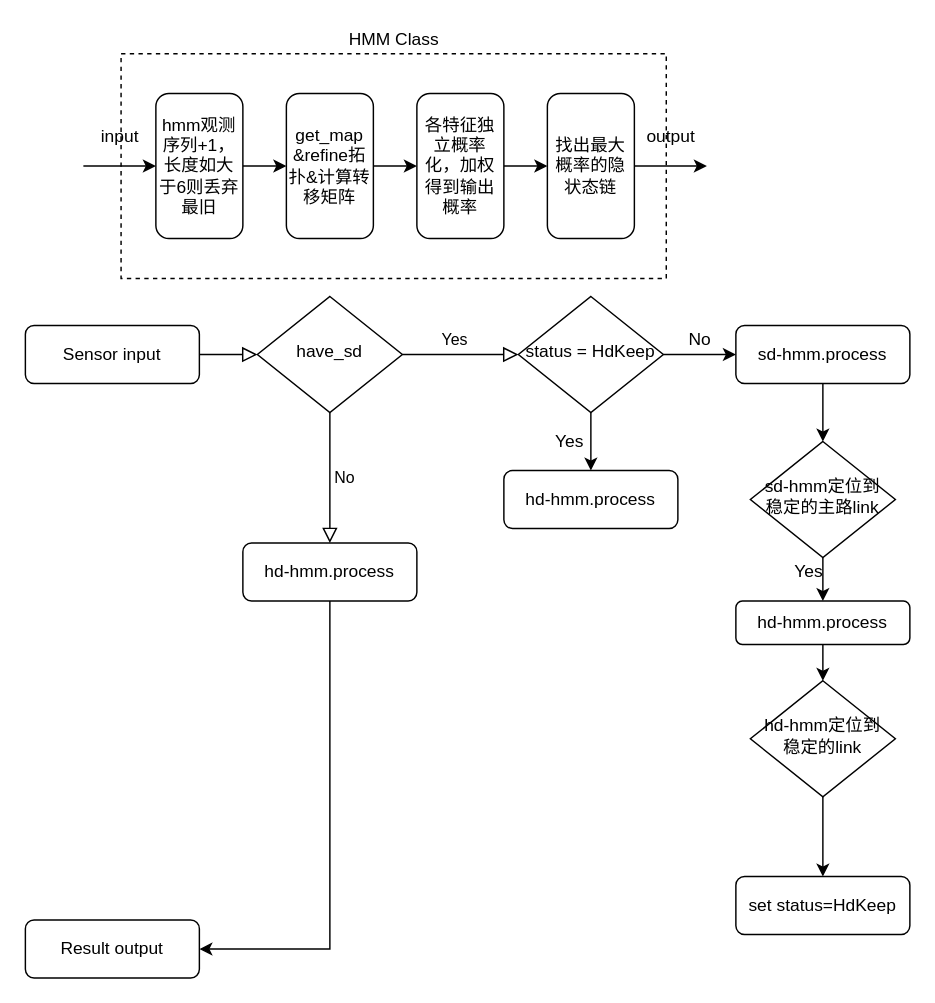
Before: Untitled Diagram.drawio in xhzhuhit/Trajectory_Compression_Algorithms, a draw.io diagram. Source tidied: cells renumbered, new cells numbered last; positions are measured from the earlier drawing's top-left corner, leaving out a move shared by most shapes. Both pictures are drawn from the tidied source at 145%, with x=0, y=0 at pixel (25, 23).
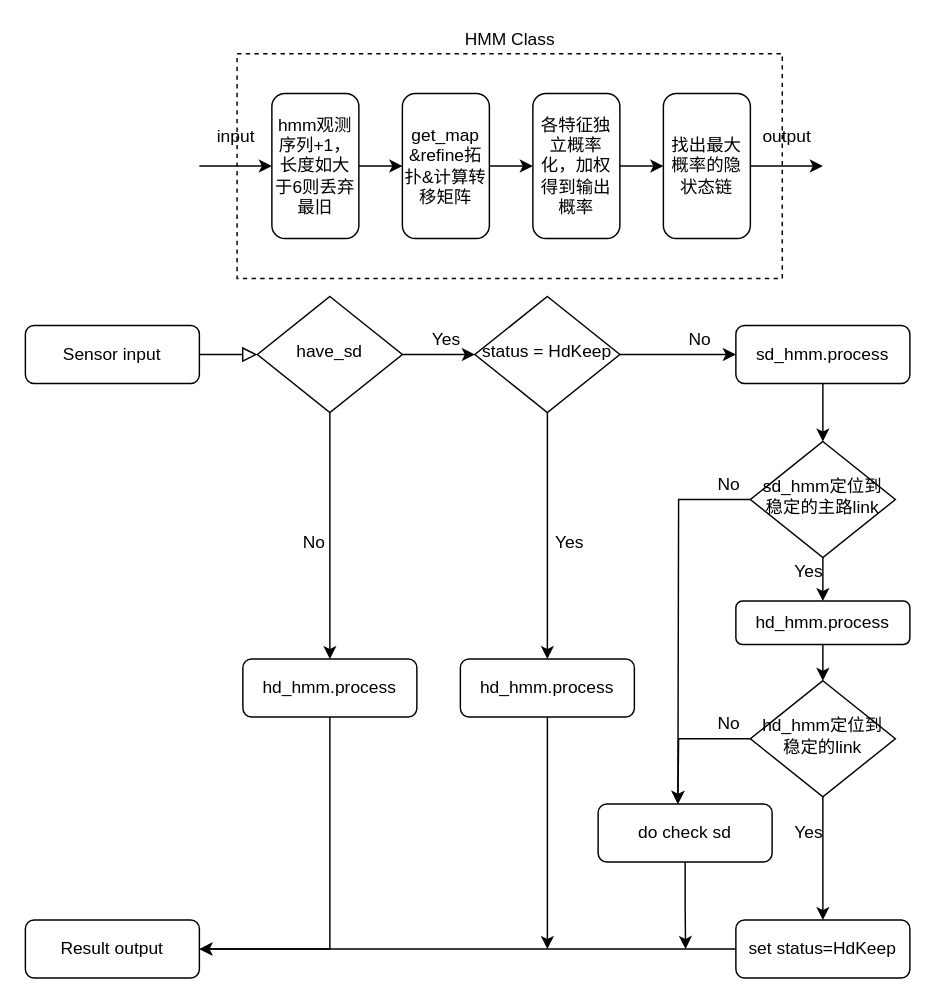
The same diagram, later.

Unchanged cells that the change refers to:
```xml
<mxCell id="7" value="have_sd" style="rhombus;whiteSpace=wrap;html=1;shadow=0;fontFamily=Helvetica;fontSize=12;align=center;strokeWidth=1;spacing=6;spacingTop=-4;" parent="1" vertex="1">
  <mxGeometry x="160" y="188" width="100" height="80" as="geometry" />
</mxCell>
<mxCell id="12" value="Result output" style="rounded=1;whiteSpace=wrap;html=1;fontSize=12;glass=0;strokeWidth=1;shadow=0;" parent="1" vertex="1">
  <mxGeometry y="618" width="120" height="40" as="geometry" />
</mxCell>
```

Diff of the diagram source:
```diff
@@
     <mxCell id="2" style="whiteSpace=wrap;html=1;dashed=1;" parent="1" vertex="1">
-      <mxGeometry x="66" y="20.5" width="376" height="155" as="geometry" />
+      <mxGeometry x="146" y="20.5" width="376" height="155" as="geometry" />
     </mxCell>
@@
+    <mxCell id="6" style="edgeStyle=orthogonalEdgeStyle;rounded=0;jettySize=auto;html=1;exitX=0.5;exitY=1;exitDx=0;exitDy=0;" parent="1" edge="1" source="7" target="9">
+      <mxGeometry relative="1" as="geometry" />
+    </mxCell>
-    <mxCell id="5" value="Yes" style="rounded=0;html=1;jettySize=auto;fontSize=11;endArrow=block;endFill=0;endSize=8;strokeWidth=1;shadow=0;labelBackgroundColor=none;edgeStyle=orthogonalEdgeStyle;" parent="1" edge="1" source="7" target="15">
-      <mxGeometry x="-0.11" y="10" relative="1" as="geometry" />
+    <mxCell id="5" style="edgeStyle=orthogonalEdgeStyle;rounded=0;jettySize=auto;html=1;exitX=1;exitY=0.5;exitDx=0;exitDy=0;entryX=0;entryY=0.5;entryDx=0;entryDy=0;" parent="1" edge="1" source="7" target="15">
+      <mxGeometry relative="1" as="geometry" />
     </mxCell>
-    <mxCell id="6" value="No" style="edgeStyle=orthogonalEdgeStyle;rounded=0;html=1;jettySize=auto;fontSize=11;endArrow=block;endFill=0;endSize=8;strokeWidth=1;shadow=0;labelBackgroundColor=none;" parent="1" edge="1" source="7" target="9">
-      <mxGeometry y="10" relative="1" as="geometry" />
-    </mxCell>
@@
-    <mxCell id="9" value="hd-hmm.process" style="rounded=1;whiteSpace=wrap;html=1;fontSize=12;glass=0;strokeWidth=1;shadow=0;" parent="1" vertex="1">
-      <mxGeometry x="150" y="358" width="120" height="40" as="geometry" />
+    <mxCell id="9" value="hd_hmm.process" style="rounded=1;whiteSpace=wrap;html=1;fontSize=12;glass=0;strokeWidth=1;shadow=0;" parent="1" vertex="1">
+      <mxGeometry x="150" y="438" width="120" height="40" as="geometry" />
     </mxCell>
@@
-    <mxCell id="11" value="sd-hmm.process" style="rounded=1;whiteSpace=wrap;html=1;fontSize=12;glass=0;strokeWidth=1;shadow=0;" parent="1" vertex="1">
+    <mxCell id="11" value="sd_hmm.process" style="rounded=1;whiteSpace=wrap;html=1;fontSize=12;glass=0;strokeWidth=1;shadow=0;" parent="1" vertex="1">
       <mxGeometry x="490" y="208" width="120" height="40" as="geometry" />
     </mxCell>
@@
     <mxCell id="15" value="status = HdKeep" style="rhombus;whiteSpace=wrap;html=1;shadow=0;fontFamily=Helvetica;fontSize=12;align=center;strokeWidth=1;spacing=6;spacingTop=-4;" parent="1" vertex="1">
-      <mxGeometry x="340" y="188" width="100" height="80" as="geometry" />
+      <mxGeometry x="310" y="188" width="100" height="80" as="geometry" />
     </mxCell>
@@
     <mxCell id="17" value="hmm观测序列+1，长度如大于6则丢弃最旧" style="rounded=1;whiteSpace=wrap;html=1;fontSize=12;glass=0;strokeWidth=1;shadow=0;" parent="1" vertex="1">
-      <mxGeometry x="90" y="48" width="60" height="100" as="geometry" />
+      <mxGeometry x="170" y="48" width="60" height="100" as="geometry" />
     </mxCell>
@@
     <mxCell id="19" value="get_map &amp;amp;refine拓扑&amp;amp;计算转移矩阵" style="rounded=1;whiteSpace=wrap;html=1;fontSize=12;glass=0;strokeWidth=1;shadow=0;" parent="1" vertex="1">
-      <mxGeometry x="180" y="48" width="60" height="100" as="geometry" />
+      <mxGeometry x="260" y="48" width="60" height="100" as="geometry" />
     </mxCell>
@@
     <mxCell id="21" value="各特征独立概率化，加权得到输出概率" style="rounded=1;whiteSpace=wrap;html=1;fontSize=12;glass=0;strokeWidth=1;shadow=0;" parent="1" vertex="1">
-      <mxGeometry x="270" y="48" width="60" height="100" as="geometry" />
+      <mxGeometry x="350" y="48" width="60" height="100" as="geometry" />
     </mxCell>
     <mxCell id="22" style="edgeStyle=orthogonalEdgeStyle;rounded=0;jettySize=auto;html=1;exitX=1;exitY=0.5;exitDx=0;exitDy=0;" parent="1" edge="1" source="23">
       <mxGeometry relative="1" as="geometry">
-        <mxPoint x="470" y="98" as="targetPoint" />
+        <mxPoint x="550" y="98" as="targetPoint" />
       </mxGeometry>
     </mxCell>
     <mxCell id="23" value="找出最大概率的隐状态链" style="rounded=1;whiteSpace=wrap;html=1;fontSize=12;glass=0;strokeWidth=1;shadow=0;" parent="1" vertex="1">
-      <mxGeometry x="360" y="48" width="60" height="100" as="geometry" />
+      <mxGeometry x="440" y="48" width="60" height="100" as="geometry" />
     </mxCell>
     <mxCell id="24" style="endArrow=classic;html=1;entryX=0;entryY=0.5;entryDx=0;entryDy=0;" parent="1" edge="1" target="17">
       <mxGeometry relative="1" as="geometry">
-        <mxPoint x="40" y="98" as="sourcePoint" />
+        <mxPoint x="120" y="98" as="sourcePoint" />
       </mxGeometry>
     </mxCell>
     <mxCell id="25" value="output" style="text;html=1;align=center;verticalAlign=middle;fillColor=none;strokeColor=none;rounded=0;" parent="1" vertex="1">
-      <mxGeometry x="420" y="68" width="50" height="20" as="geometry" />
+      <mxGeometry x="500" y="68" width="50" height="20" as="geometry" />
     </mxCell>
     <mxCell id="26" value="input" style="text;html=1;align=center;verticalAlign=middle;fillColor=none;strokeColor=none;rounded=0;" parent="1" vertex="1">
-      <mxGeometry x="45" y="68" width="40" height="20" as="geometry" />
+      <mxGeometry x="125" y="68" width="40" height="20" as="geometry" />
     </mxCell>
     <mxCell id="27" value="HMM Class" style="text;html=1;align=center;verticalAlign=middle;fillColor=none;strokeColor=none;rounded=0;dashed=1;" parent="1" vertex="1">
-      <mxGeometry x="214" y="0.5" width="80" height="20" as="geometry" />
+      <mxGeometry x="294" y="0.5" width="80" height="20" as="geometry" />
     </mxCell>
+    <mxCell id="39" style="edgeStyle=orthogonalEdgeStyle;rounded=0;jettySize=auto;html=1;exitX=0.5;exitY=1;exitDx=0;exitDy=0;" parent="1" edge="1" source="28">
+      <mxGeometry relative="1" as="geometry">
+        <mxPoint x="360" y="638" as="targetPoint" />
+      </mxGeometry>
+    </mxCell>
-    <mxCell id="28" value="hd-hmm.process" style="rounded=1;whiteSpace=wrap;html=1;fontSize=12;glass=0;strokeWidth=1;shadow=0;" parent="1" vertex="1">
-      <mxGeometry x="330" y="308" width="120" height="40" as="geometry" />
+    <mxCell id="28" value="hd_hmm.process" style="rounded=1;whiteSpace=wrap;html=1;fontSize=12;glass=0;strokeWidth=1;shadow=0;" parent="1" vertex="1">
+      <mxGeometry x="300" y="438" width="120" height="40" as="geometry" />
     </mxCell>
@@
+    <mxCell id="40" style="edgeStyle=orthogonalEdgeStyle;rounded=0;jettySize=auto;html=1;exitX=0;exitY=0.5;exitDx=0;exitDy=0;" parent="1" edge="1" source="30">
+      <mxGeometry relative="1" as="geometry">
+        <mxPoint x="450" y="538" as="targetPoint" />
+      </mxGeometry>
+    </mxCell>
-    <mxCell id="30" value="hd-hmm定位到稳定的link" style="rhombus;whiteSpace=wrap;html=1;shadow=0;fontFamily=Helvetica;fontSize=12;align=center;strokeWidth=1;spacing=6;spacingTop=-4;" parent="1" vertex="1">
+    <mxCell id="30" value="hd_hmm定位到稳定的link" style="rhombus;whiteSpace=wrap;html=1;shadow=0;fontFamily=Helvetica;fontSize=12;align=center;strokeWidth=1;spacing=6;spacingTop=-4;" parent="1" vertex="1">
       <mxGeometry x="500" y="453" width="100" height="80" as="geometry" />
     </mxCell>
@@
+    <mxCell id="41" style="edgeStyle=orthogonalEdgeStyle;rounded=0;jettySize=auto;html=1;exitX=0;exitY=0.5;exitDx=0;exitDy=0;" parent="1" edge="1" source="32">
+      <mxGeometry relative="1" as="geometry">
+        <mxPoint x="450" y="538" as="targetPoint" />
+      </mxGeometry>
+    </mxCell>
-    <mxCell id="32" value="sd-hmm定位到稳定的主路link" style="rhombus;whiteSpace=wrap;html=1;shadow=0;fontFamily=Helvetica;fontSize=12;align=center;strokeWidth=1;spacing=6;spacingTop=-4;" parent="1" vertex="1">
+    <mxCell id="32" value="sd_hmm定位到稳定的主路link" style="rhombus;whiteSpace=wrap;html=1;shadow=0;fontFamily=Helvetica;fontSize=12;align=center;strokeWidth=1;spacing=6;spacingTop=-4;" parent="1" vertex="1">
       <mxGeometry x="500" y="288" width="100" height="80" as="geometry" />
     </mxCell>
@@
-    <mxCell id="34" value="hd-hmm.process" style="rounded=1;whiteSpace=wrap;html=1;fontSize=12;glass=0;strokeWidth=1;shadow=0;" parent="1" vertex="1">
+    <mxCell id="34" value="hd_hmm.process" style="rounded=1;whiteSpace=wrap;html=1;fontSize=12;glass=0;strokeWidth=1;shadow=0;" parent="1" vertex="1">
       <mxGeometry x="490" y="398" width="120" height="30" as="geometry" />
     </mxCell>
     <mxCell id="35" value="Yes" style="text;html=1;align=center;verticalAlign=middle;fillColor=none;strokeColor=none;rounded=0;dashed=1;" parent="1" vertex="1">
-      <mxGeometry x="355" y="278" width="40" height="20" as="geometry" />
+      <mxGeometry x="355" y="348" width="40" height="20" as="geometry" />
     </mxCell>
@@
+    <mxCell id="42" style="edgeStyle=orthogonalEdgeStyle;rounded=0;jettySize=auto;html=1;entryX=1;entryY=0.5;entryDx=0;entryDy=0;" parent="1" edge="1" source="38" target="12">
+      <mxGeometry relative="1" as="geometry">
+        <Array as="points">
+          <mxPoint x="380" y="638" />
+          <mxPoint x="380" y="638" />
+        </Array>
+      </mxGeometry>
+    </mxCell>
     <mxCell id="38" value="set status=HdKeep" style="rounded=1;whiteSpace=wrap;html=1;fontSize=12;glass=0;strokeWidth=1;shadow=0;" parent="1" vertex="1">
-      <mxGeometry x="490" y="588" width="120" height="40" as="geometry" />
+      <mxGeometry x="490" y="618" width="120" height="40" as="geometry" />
     </mxCell>
+    <mxCell id="43" value="Yes" style="text;html=1;align=center;verticalAlign=middle;fillColor=none;strokeColor=none;rounded=0;dashed=1;" parent="1" vertex="1">
+      <mxGeometry x="520" y="548" width="40" height="20" as="geometry" />
+    </mxCell>
+    <mxCell id="44" value="No" style="text;html=1;align=center;verticalAlign=middle;fillColor=none;strokeColor=none;rounded=0;dashed=1;" parent="1" vertex="1">
+      <mxGeometry x="470" y="308" width="30" height="20" as="geometry" />
+    </mxCell>
+    <mxCell id="45" value="No" style="text;html=1;align=center;verticalAlign=middle;fillColor=none;strokeColor=none;rounded=0;dashed=1;" parent="1" vertex="1">
+      <mxGeometry x="470" y="473" width="30" height="20" as="geometry" />
+    </mxCell>
+    <mxCell id="46" value="Yes" style="text;html=1;align=center;verticalAlign=middle;fillColor=none;strokeColor=none;rounded=0;dashed=1;" parent="1" vertex="1">
+      <mxGeometry x="270" y="208" width="40" height="20" as="geometry" />
+    </mxCell>
+    <mxCell id="47" value="No" style="text;html=1;align=center;verticalAlign=middle;fillColor=none;strokeColor=none;rounded=0;dashed=1;" parent="1" vertex="1">
+      <mxGeometry x="184" y="348" width="30" height="20" as="geometry" />
+    </mxCell>
+    <mxCell id="48" style="edgeStyle=orthogonalEdgeStyle;rounded=0;jettySize=auto;html=1;exitX=0.5;exitY=1;exitDx=0;exitDy=0;" parent="1" edge="1" source="49">
+      <mxGeometry relative="1" as="geometry">
+        <mxPoint x="455.3" y="638" as="targetPoint" />
+      </mxGeometry>
+    </mxCell>
+    <mxCell id="49" value="do check sd" style="rounded=1;whiteSpace=wrap;html=1;fontSize=12;glass=0;strokeWidth=1;shadow=0;" parent="1" vertex="1">
+      <mxGeometry x="395" y="538" width="120" height="40" as="geometry" />
+    </mxCell>
```
